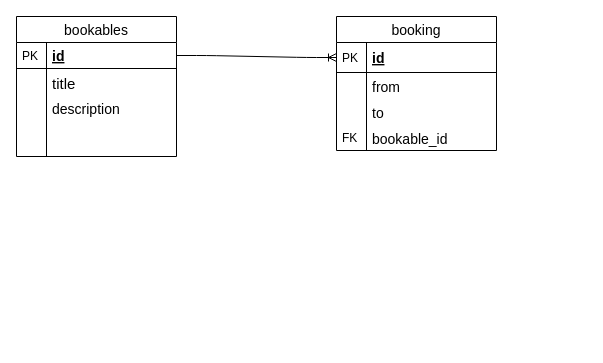
Earlier version of the draw.io diagram laravelbnb.drawio (osuke-noguchi/laravelbnb). Source tidied: cells renumbered, new cells numbered last; positions are measured from the earlier drawing's top-left corner, leaving out a move shared by most shapes. Both pictures are drawn from the tidied source at 100%, with x=0, y=0 at pixel (16, 16).
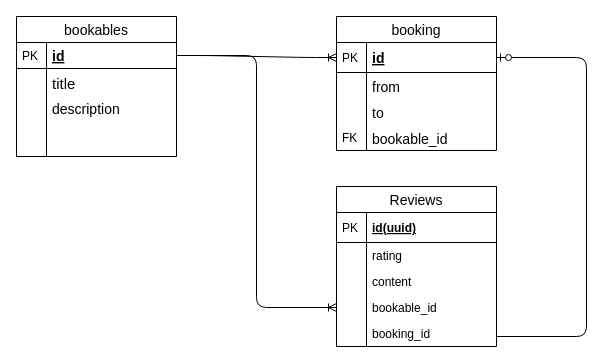
The same diagram, later.

Unchanged cells that the change refers to:
```xml
<mxCell id="14" value="id" style="shape=partialRectangle;top=0;left=0;right=0;bottom=1;align=left;verticalAlign=middle;fillColor=none;spacingLeft=34;spacingRight=4;overflow=hidden;points=[[0,0.5],[1,0.5]];portConstraint=eastwest;fontStyle=5;fontSize=14;" parent="13" vertex="1">
  <mxGeometry y="26" width="160" height="30" as="geometry" />
</mxCell>
```

What changed in the source:
```diff
@@
+    <mxCell id="23" style="fontSize=12;html=1;endArrow=ERoneToMany;entryX=0;entryY=0.5;entryDx=0;entryDy=0;edgeStyle=orthogonalEdgeStyle;" parent="1" edge="1" target="31">
+      <mxGeometry relative="1" as="geometry">
+        <mxPoint x="160" y="39" as="sourcePoint" />
+        <Array as="points">
+          <mxPoint x="240" y="39" />
+          <mxPoint x="240" y="291" />
+        </Array>
+      </mxGeometry>
+    </mxCell>
+    <mxCell id="24" value="Reviews" style="swimlane;fontStyle=0;horizontal=1;startSize=26;align=center;fontSize=14;" parent="1" vertex="1">
+      <mxGeometry x="320" y="170" width="160" height="160" as="geometry" />
+    </mxCell>
+    <mxCell id="25" value="id(uuid)" style="shape=partialRectangle;top=0;left=0;right=0;bottom=1;align=left;verticalAlign=middle;fillColor=none;spacingLeft=34;spacingRight=4;overflow=hidden;fontStyle=5;fontSize=12;" parent="24" vertex="1">
+      <mxGeometry y="26" width="160" height="30" as="geometry" />
+    </mxCell>
+    <mxCell id="26" value="PK" style="shape=partialRectangle;top=0;left=0;bottom=0;fillColor=none;align=left;verticalAlign=middle;spacingLeft=4;spacingRight=4;overflow=hidden;fontSize=12;" parent="25" vertex="1">
+      <mxGeometry width="30" height="30" as="geometry" />
+    </mxCell>
+    <mxCell id="27" value="rating" style="shape=partialRectangle;top=0;left=0;right=0;bottom=0;align=left;verticalAlign=top;fillColor=none;spacingLeft=34;spacingRight=4;overflow=hidden;fontSize=12;" parent="24" vertex="1">
+      <mxGeometry y="56" width="160" height="26" as="geometry" />
+    </mxCell>
+    <mxCell id="28" style="shape=partialRectangle;top=0;left=0;bottom=0;fillColor=none;align=left;verticalAlign=top;spacingLeft=4;spacingRight=4;overflow=hidden;fontSize=12;" parent="27" vertex="1">
+      <mxGeometry width="30" height="26" as="geometry" />
+    </mxCell>
+    <mxCell id="29" value="content" style="shape=partialRectangle;top=0;left=0;right=0;bottom=0;align=left;verticalAlign=top;fillColor=none;spacingLeft=34;spacingRight=4;overflow=hidden;fontSize=12;" parent="24" vertex="1">
+      <mxGeometry y="82" width="160" height="26" as="geometry" />
+    </mxCell>
+    <mxCell id="30" style="shape=partialRectangle;top=0;left=0;bottom=0;fillColor=none;align=left;verticalAlign=top;spacingLeft=4;spacingRight=4;overflow=hidden;fontSize=12;" parent="29" vertex="1">
+      <mxGeometry width="30" height="26" as="geometry" />
+    </mxCell>
+    <mxCell id="31" value="bookable_id" style="shape=partialRectangle;top=0;left=0;right=0;bottom=0;align=left;verticalAlign=top;fillColor=none;spacingLeft=34;spacingRight=4;overflow=hidden;points=[[0,0.5],[1,0.5]];portConstraint=eastwest;fontSize=12;" parent="24" vertex="1">
+      <mxGeometry y="108" width="160" height="26" as="geometry" />
+    </mxCell>
+    <mxCell id="32" style="shape=partialRectangle;top=0;left=0;bottom=0;fillColor=none;align=left;verticalAlign=top;spacingLeft=4;spacingRight=4;overflow=hidden;fontSize=12;" parent="31" vertex="1">
+      <mxGeometry width="30" height="26" as="geometry" />
+    </mxCell>
+    <mxCell id="33" value="booking_id" style="shape=partialRectangle;top=0;left=0;right=0;bottom=0;align=left;verticalAlign=top;fillColor=none;spacingLeft=34;spacingRight=4;overflow=hidden;fontSize=12;" parent="24" vertex="1">
+      <mxGeometry y="134" width="160" height="26" as="geometry" />
+    </mxCell>
+    <mxCell id="34" style="shape=partialRectangle;top=0;left=0;bottom=0;fillColor=none;align=left;verticalAlign=top;spacingLeft=4;spacingRight=4;overflow=hidden;fontSize=12;" parent="33" vertex="1">
+      <mxGeometry width="30" height="26" as="geometry" />
+    </mxCell>
+    <mxCell id="35" style="edgeStyle=orthogonalEdgeStyle;fontSize=12;html=1;endArrow=ERzeroToOne;endFill=1;entryX=1;entryY=0.5;entryDx=0;entryDy=0;" parent="1" edge="1" target="14">
+      <mxGeometry relative="1" as="geometry">
+        <mxPoint x="480" y="320" as="sourcePoint" />
+        <Array as="points">
+          <mxPoint x="570" y="320" />
+          <mxPoint x="570" y="41" />
+        </Array>
+      </mxGeometry>
+    </mxCell>
```
